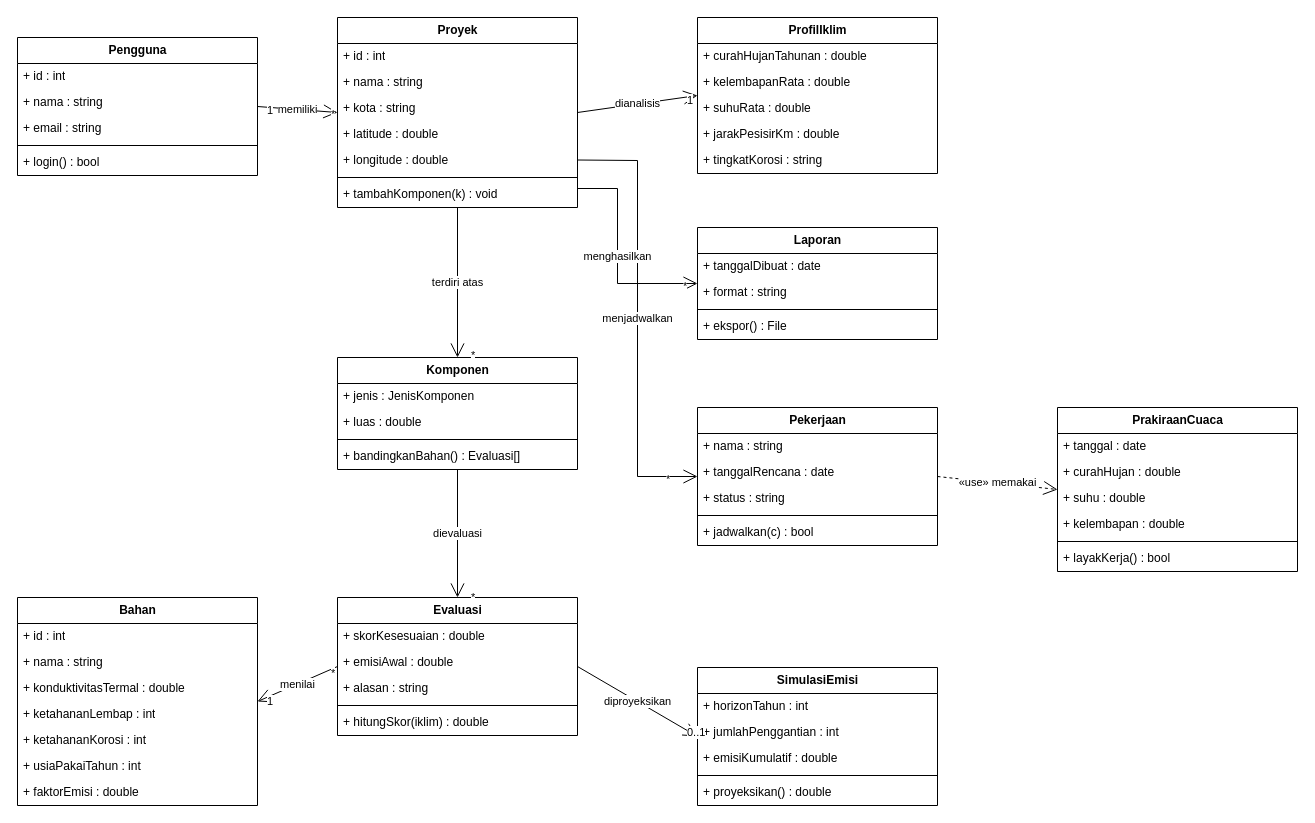
This is page "3. Class" (3 of 3) of docs/uml-wastu.drawio from scientivan/wastu, a draw.io file, before an edit. Source tidied: cells renumbered, new cells numbered last; positions are measured from the earlier drawing's top-left corner, leaving out a move shared by most shapes. Both pictures are drawn from the tidied source at 100%, with x=0, y=0 at pixel (17, 17).
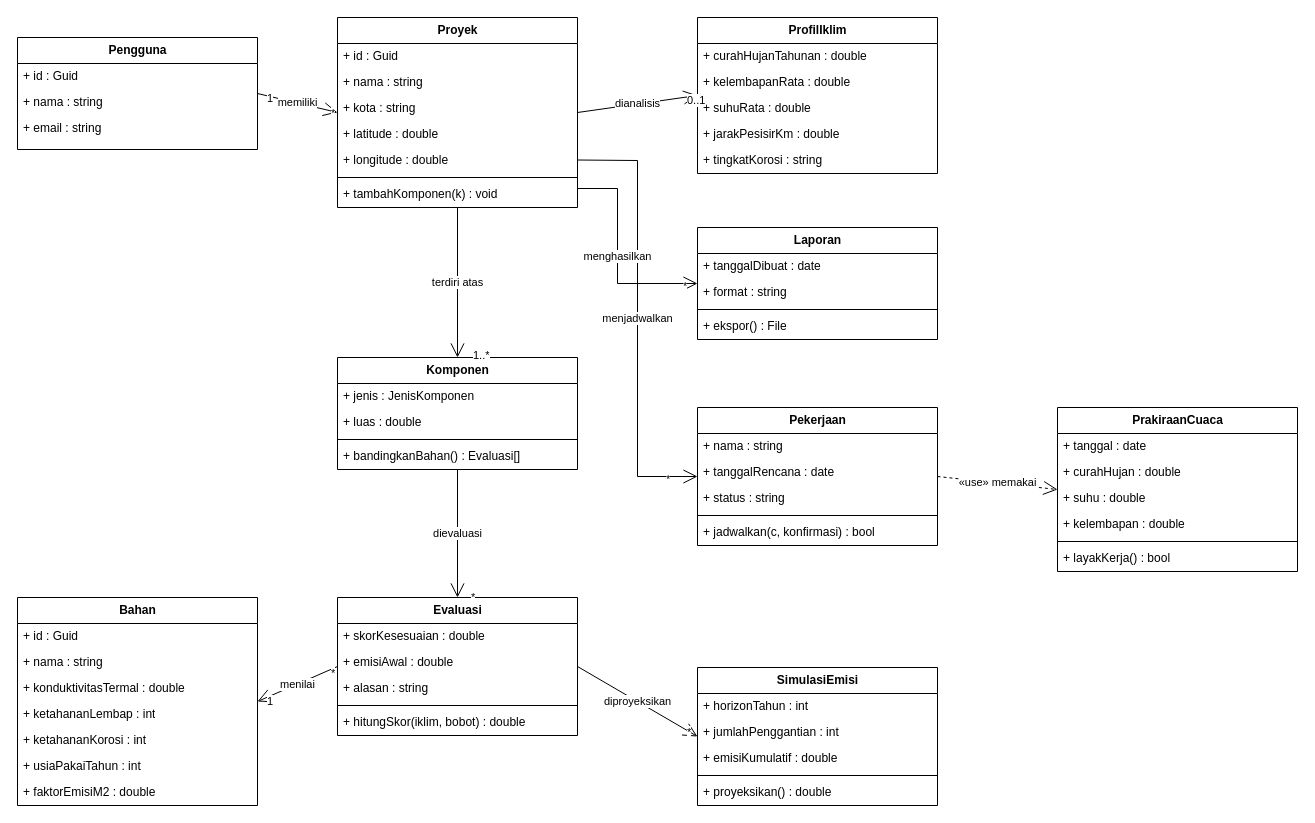
The same diagram, later.

The change refers to these unchanged cells:
```xml
<mxCell id="8" value="Proyek" style="swimlane;fontStyle=1;horizontal=1;startSize=26;fillColor=none;html=1;verticalAlign=middle;align=center;" parent="1" vertex="1">
  <mxGeometry x="320" width="240" height="190" as="geometry" />
</mxCell>
<mxCell id="27" value="Pekerjaan" style="swimlane;fontStyle=1;horizontal=1;startSize=26;fillColor=none;html=1;verticalAlign=middle;align=center;" parent="1" vertex="1">
  <mxGeometry x="680" y="390" width="240" height="138" as="geometry" />
</mxCell>
<mxCell id="45" value="Evaluasi" style="swimlane;fontStyle=1;horizontal=1;startSize=26;fillColor=none;html=1;verticalAlign=middle;align=center;" parent="1" vertex="1">
  <mxGeometry x="320" y="580" width="240" height="138" as="geometry" />
</mxCell>
<mxCell id="51" value="Bahan" style="swimlane;fontStyle=1;horizontal=1;startSize=26;fillColor=none;html=1;verticalAlign=middle;align=center;" parent="1" vertex="1">
  <mxGeometry y="580" width="240" height="208" as="geometry" />
</mxCell>
<mxCell id="68" value="dianalisis" style="endArrow=open;endSize=12;html=1;rounded=0;exitX=1;exitY=0.5;exitDx=0;exitDy=0;entryX=0;entryY=0.5;entryDx=0;entryDy=0;" parent="1" edge="1" source="8" target="16">
  <mxGeometry relative="1" as="geometry" />
</mxCell>
<mxCell id="70" value="terdiri atas" style="endArrow=open;endSize=12;html=1;rounded=0;exitX=0.5;exitY=1;exitDx=0;exitDy=0;entryX=0.5;entryY=0;entryDx=0;entryDy=0;" parent="1" edge="1" source="8" target="40">
  <mxGeometry relative="1" as="geometry" />
</mxCell>
<mxCell id="81" value="diproyeksikan" style="endArrow=open;endSize=12;html=1;rounded=0;exitX=1;exitY=0.5;exitDx=0;exitDy=0;entryX=0;entryY=0.5;entryDx=0;entryDy=0;" parent="1" edge="1" source="45" target="59">
  <mxGeometry relative="1" as="geometry" />
</mxCell>
```

Diff of the diagram source:
```diff
@@
     <mxCell id="2" value="Pengguna" style="swimlane;fontStyle=1;horizontal=1;startSize=26;fillColor=none;html=1;verticalAlign=middle;align=center;" parent="1" vertex="1">
-      <mxGeometry y="20" width="240" height="138" as="geometry" />
+      <mxGeometry y="20" width="240" height="112" as="geometry" />
     </mxCell>
-    <mxCell id="3" value="+ id : int" style="text;strokeColor=none;fillColor=none;align=left;verticalAlign=middle;spacingLeft=4;overflow=hidden;whiteSpace=wrap;html=1;" parent="2" vertex="1">
+    <mxCell id="3" value="+ id : Guid" style="text;strokeColor=none;fillColor=none;align=left;verticalAlign=middle;spacingLeft=4;overflow=hidden;whiteSpace=wrap;html=1;" parent="2" vertex="1">
       <mxGeometry y="26" width="240" height="26" as="geometry" />
     </mxCell>
@@
-    <mxCell id="6" style="line;strokeWidth=1;fillColor=none;align=left;verticalAlign=middle;spacingTop=-1;spacingLeft=3;spacingRight=3;labelPosition=right;strokeColor=inherit;" parent="2" vertex="1">
-      <mxGeometry y="104" width="240" height="8" as="geometry" />
-    </mxCell>
-    <mxCell id="7" value="+ login() : bool" style="text;strokeColor=none;fillColor=none;align=left;verticalAlign=middle;spacingLeft=4;overflow=hidden;whiteSpace=wrap;html=1;" parent="2" vertex="1">
-      <mxGeometry y="112" width="240" height="26" as="geometry" />
-    </mxCell>
@@
-    <mxCell id="9" value="+ id : int" style="text;strokeColor=none;fillColor=none;align=left;verticalAlign=middle;spacingLeft=4;overflow=hidden;whiteSpace=wrap;html=1;" parent="8" vertex="1">
+    <mxCell id="9" value="+ id : Guid" style="text;strokeColor=none;fillColor=none;align=left;verticalAlign=middle;spacingLeft=4;overflow=hidden;whiteSpace=wrap;html=1;" parent="8" vertex="1">
       <mxGeometry y="26" width="240" height="26" as="geometry" />
     </mxCell>
@@
-    <mxCell id="32" value="+ jadwalkan(c) : bool" style="text;strokeColor=none;fillColor=none;align=left;verticalAlign=middle;spacingLeft=4;overflow=hidden;whiteSpace=wrap;html=1;" parent="27" vertex="1">
+    <mxCell id="32" value="+ jadwalkan(c, konfirmasi) : bool" style="text;strokeColor=none;fillColor=none;align=left;verticalAlign=middle;spacingLeft=4;overflow=hidden;whiteSpace=wrap;html=1;" parent="27" vertex="1">
       <mxGeometry y="112" width="240" height="26" as="geometry" />
     </mxCell>
@@
-    <mxCell id="50" value="+ hitungSkor(iklim) : double" style="text;strokeColor=none;fillColor=none;align=left;verticalAlign=middle;spacingLeft=4;overflow=hidden;whiteSpace=wrap;html=1;" parent="45" vertex="1">
+    <mxCell id="50" value="+ hitungSkor(iklim, bobot) : double" style="text;strokeColor=none;fillColor=none;align=left;verticalAlign=middle;spacingLeft=4;overflow=hidden;whiteSpace=wrap;html=1;" parent="45" vertex="1">
       <mxGeometry y="112" width="240" height="26" as="geometry" />
     </mxCell>
@@
-    <mxCell id="52" value="+ id : int" style="text;strokeColor=none;fillColor=none;align=left;verticalAlign=middle;spacingLeft=4;overflow=hidden;whiteSpace=wrap;html=1;" parent="51" vertex="1">
+    <mxCell id="52" value="+ id : Guid" style="text;strokeColor=none;fillColor=none;align=left;verticalAlign=middle;spacingLeft=4;overflow=hidden;whiteSpace=wrap;html=1;" parent="51" vertex="1">
       <mxGeometry y="26" width="240" height="26" as="geometry" />
     </mxCell>
@@
-    <mxCell id="58" value="+ faktorEmisi : double" style="text;strokeColor=none;fillColor=none;align=left;verticalAlign=middle;spacingLeft=4;overflow=hidden;whiteSpace=wrap;html=1;" parent="51" vertex="1">
+    <mxCell id="58" value="+ faktorEmisiM2 : double" style="text;strokeColor=none;fillColor=none;align=left;verticalAlign=middle;spacingLeft=4;overflow=hidden;whiteSpace=wrap;html=1;" parent="51" vertex="1">
       <mxGeometry y="182" width="240" height="26" as="geometry" />
     </mxCell>
@@
-    <mxCell id="69" value="1" style="edgeLabel;html=1;" parent="68" vertex="1">
+    <mxCell id="69" value="0..1" style="edgeLabel;html=1;" parent="68" vertex="1">
       <mxGeometry x="0.8" relative="1" as="geometry">
         <mxPoint y="-10" as="offset" />
       </mxGeometry>
     </mxCell>
@@
-    <mxCell id="71" value="*" style="edgeLabel;html=1;" parent="70" vertex="1">
+    <mxCell id="71" value="1..*" style="edgeLabel;html=1;" parent="70" vertex="1">
       <mxGeometry x="0.8" relative="1" as="geometry">
-        <mxPoint x="12" as="offset" />
+        <mxPoint x="14" as="offset" />
       </mxGeometry>
     </mxCell>
@@
-    <mxCell id="82" value="0..1" style="edgeLabel;html=1;" parent="81" vertex="1">
+    <mxCell id="82" value="*" style="edgeLabel;html=1;" parent="81" vertex="1">
       <mxGeometry x="0.8" relative="1" as="geometry">
         <mxPoint y="-10" as="offset" />
       </mxGeometry>
     </mxCell>
```
